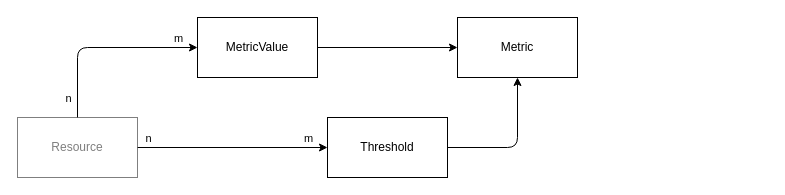
Above: page "p6: Observability" (10 of 12) of content/docs/model/images/model-entities.drawio in emeland-io/book (draw.io), before the change. Source tidied: cells renumbered, new cells numbered last; positions are measured from the earlier drawing's top-left corner, leaving out a move shared by most shapes. Both pictures are drawn from the tidied source at 100%, with x=0, y=0 at pixel (17, 17).
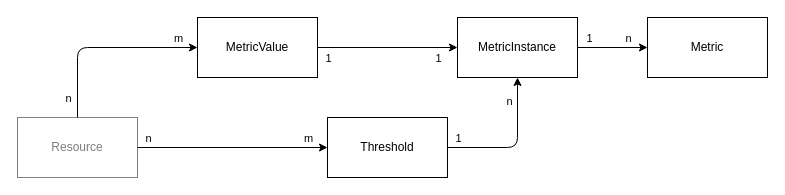
Above is the later version.

The change refers to these unchanged cells:
```xml
<mxCell id="2" style="edgeStyle=none;html=1;" parent="1" edge="1" source="3" target="4">
  <mxGeometry relative="1" as="geometry" />
</mxCell>
<mxCell id="5" style="edgeStyle=orthogonalEdgeStyle;html=1;" parent="1" edge="1" source="6" target="4">
  <mxGeometry relative="1" as="geometry" />
</mxCell>
```

Diff of the diagram source:
```diff
@@
+    <mxCell id="14" value="1" style="edgeLabel;html=1;align=center;verticalAlign=middle;" parent="2" vertex="1">
+      <mxGeometry x="-0.88" relative="1" as="geometry">
+        <mxPoint x="2" y="10" as="offset" />
+      </mxGeometry>
+    </mxCell>
+    <mxCell id="15" value="1" style="edgeLabel;html=1;align=center;verticalAlign=middle;" parent="2" vertex="1">
+      <mxGeometry x="0.64" relative="1" as="geometry">
+        <mxPoint x="5" y="10" as="offset" />
+      </mxGeometry>
+    </mxCell>
@@
+    <mxCell id="16" style="edgeStyle=none;html=1;" parent="1" edge="1" source="4" target="21">
+      <mxGeometry relative="1" as="geometry" />
+    </mxCell>
+    <mxCell id="17" value="1" style="edgeLabel;html=1;align=center;verticalAlign=middle;" parent="16" vertex="1">
+      <mxGeometry x="0.5" y="1" relative="1" as="geometry">
+        <mxPoint x="-42" y="-9" as="offset" />
+      </mxGeometry>
+    </mxCell>
+    <mxCell id="18" value="n" style="edgeLabel;html=1;align=center;verticalAlign=middle;" parent="16" vertex="1">
+      <mxGeometry x="0.27" relative="1" as="geometry">
+        <mxPoint x="6" y="-10" as="offset" />
+      </mxGeometry>
+    </mxCell>
-    <mxCell id="4" value="Metric" style="rounded=0;whiteSpace=wrap;html=1;" parent="1" vertex="1">
+    <mxCell id="4" value="MetricInstance" style="rounded=0;whiteSpace=wrap;html=1;" parent="1" vertex="1">
       <mxGeometry x="440" width="120" height="60" as="geometry" />
     </mxCell>
@@
+    <mxCell id="19" value="1" style="edgeLabel;html=1;align=center;verticalAlign=middle;" parent="5" vertex="1">
+      <mxGeometry x="-0.5" y="-1" relative="1" as="geometry">
+        <mxPoint x="-25" y="-11" as="offset" />
+      </mxGeometry>
+    </mxCell>
+    <mxCell id="20" value="n" style="edgeLabel;html=1;align=center;verticalAlign=middle;" parent="5" vertex="1">
+      <mxGeometry x="0.62" relative="1" as="geometry">
+        <mxPoint x="-9" y="-4" as="offset" />
+      </mxGeometry>
+    </mxCell>
@@
+    <mxCell id="21" value="Metric" style="rounded=0;whiteSpace=wrap;html=1;" parent="1" vertex="1">
+      <mxGeometry x="630" width="120" height="60" as="geometry" />
+    </mxCell>
```
